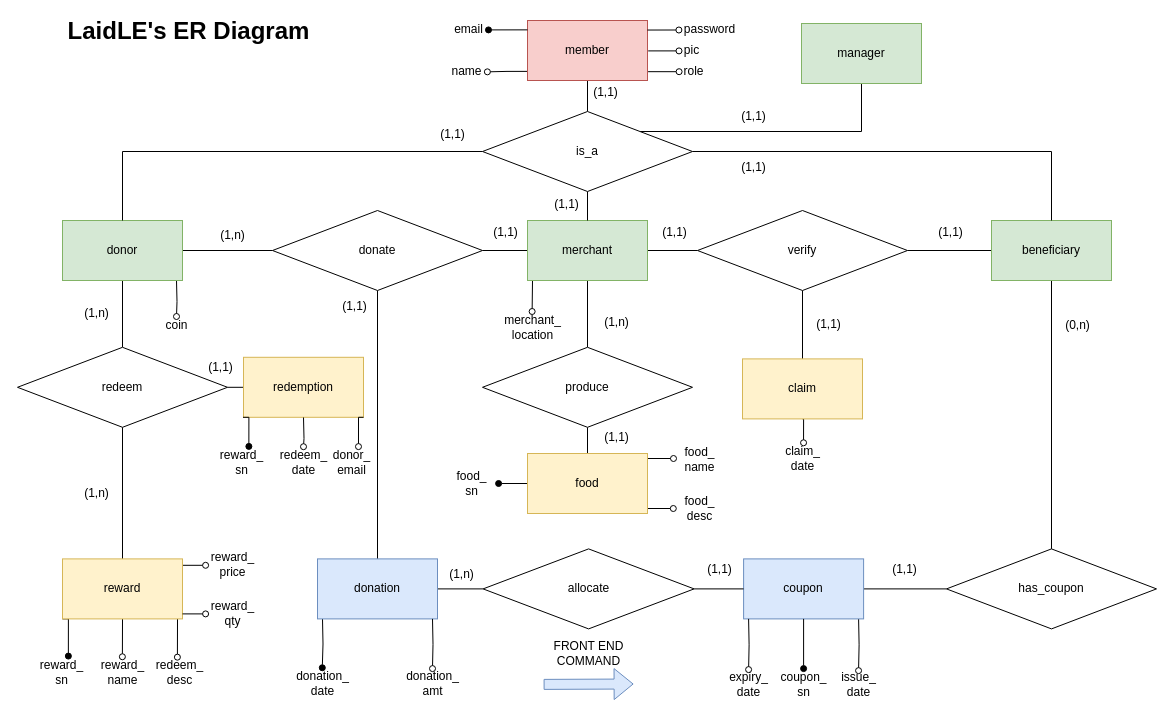
The draw.io diagram sql/ERModel.drawio in zhermin/LaidLE, before the edit. Source tidied: cells renumbered, new cells numbered last; positions are measured from the earlier drawing's top-left corner, leaving out a move shared by most shapes. Both pictures are drawn from the tidied source at 100%, with x=0, y=0 at pixel (17, 20).
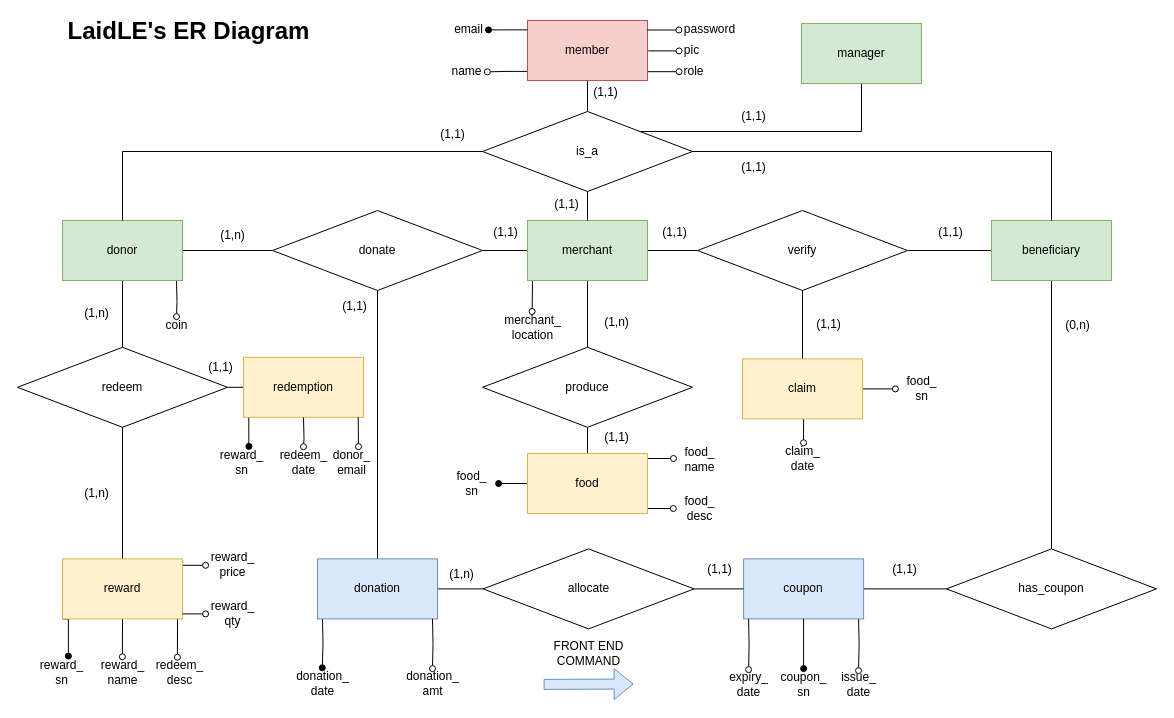
The same page after the edit.

The change refers to these unchanged cells:
```xml
<mxCell id="71" value="claim" style="whiteSpace=wrap;html=1;fillColor=#fff2cc;strokeColor=#d6b656;" parent="1" vertex="1">
  <mxGeometry x="725" y="338.4" width="120" height="60" as="geometry" />
</mxCell>
<mxCell id="86" value="redemption" style="rounded=0;whiteSpace=wrap;html=1;glass=0;fillColor=#fff2cc;strokeColor=#d6b656;" parent="1" vertex="1">
  <mxGeometry x="226" y="336.8" width="120" height="60" as="geometry" />
</mxCell>
<mxCell id="107" value="reward_&lt;br&gt;sn" style="text;html=1;align=center;verticalAlign=middle;points=[];strokeColor=none;fillColor=none;fontColor=#000000;" parent="1" vertex="1">
  <mxGeometry x="197.5" y="426.2" width="53" height="32" as="geometry" />
</mxCell>
<mxCell id="109" value="donor_&lt;br&gt;email" style="text;html=1;align=center;verticalAlign=middle;points=[];strokeColor=none;fillColor=none;" parent="1" vertex="1">
  <mxGeometry x="309.5" y="426.2" width="48" height="32" as="geometry" />
</mxCell>
```

The edit, as a diff of the source:
```diff
@@
+    <mxCell id="111" style="edgeStyle=orthogonalEdgeStyle;rounded=0;jettySize=auto;html=1;exitX=1;exitY=0.5;exitDx=0;exitDy=0;entryX=-0.023;entryY=0.527;entryDx=0;entryDy=0;entryPerimeter=0;endArrow=oval;endFill=0;" parent="1" edge="1" source="71" target="112">
+      <mxGeometry relative="1" as="geometry" />
+    </mxCell>
@@
-    <mxCell id="106" style="edgeStyle=orthogonalEdgeStyle;rounded=0;jettySize=auto;html=1;exitX=0;exitY=1;exitDx=0;exitDy=0;entryX=0.639;entryY=-0.01;entryDx=0;entryDy=0;entryPerimeter=0;endArrow=oval;endFill=1;" parent="1" edge="1" target="107">
-      <mxGeometry relative="1" as="geometry">
-        <mxPoint x="225.5" y="396.8" as="sourcePoint" />
-      </mxGeometry>
+    <mxCell id="106" style="edgeStyle=orthogonalEdgeStyle;rounded=0;jettySize=auto;html=1;entryX=0.639;entryY=-0.01;entryDx=0;entryDy=0;entryPerimeter=0;endArrow=oval;endFill=1;exitX=0.044;exitY=1.006;exitDx=0;exitDy=0;exitPerimeter=0;" parent="1" edge="1" source="86" target="107">
+      <mxGeometry relative="1" as="geometry" />
     </mxCell>
@@
-    <mxCell id="108" style="edgeStyle=orthogonalEdgeStyle;rounded=0;jettySize=auto;html=1;exitX=1;exitY=1;exitDx=0;exitDy=0;entryX=0.656;entryY=-0.003;entryDx=0;entryDy=0;entryPerimeter=0;endArrow=oval;endFill=0;" parent="1" edge="1" source="86" target="109">
+    <mxCell id="108" style="edgeStyle=orthogonalEdgeStyle;rounded=0;jettySize=auto;html=1;exitX=0.956;exitY=0.997;exitDx=0;exitDy=0;entryX=0.656;entryY=-0.003;entryDx=0;entryDy=0;entryPerimeter=0;endArrow=oval;endFill=0;exitPerimeter=0;" parent="1" edge="1" source="86" target="109">
       <mxGeometry relative="1" as="geometry" />
     </mxCell>
@@
+    <mxCell id="112" value="food_&lt;br&gt;sn" style="text;html=1;align=center;verticalAlign=middle;points=[];strokeColor=none;fillColor=none;fontColor=#000000;" parent="1" vertex="1">
+      <mxGeometry x="879" y="353.4" width="50" height="30" as="geometry" />
+    </mxCell>
```
